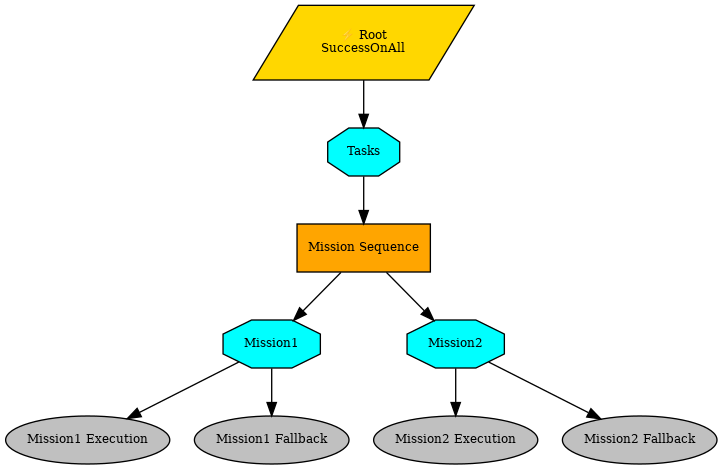
Earlier version of the Graphviz export root.png (AMV-UI/KKI-25). Its source is kept beside it as root.dot.
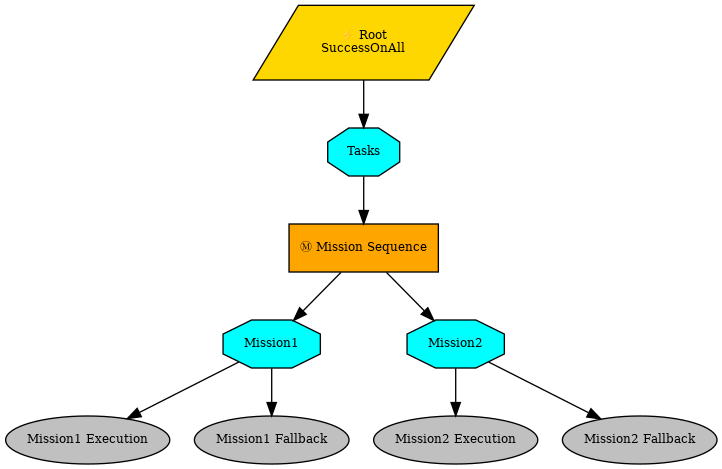
The same file after the commit.

What changed in the source:
```diff
@@ -6,7 +6,7 @@
 Root [fillcolor=gold, fontcolor=black, fontsize=9, label="⚡ Root\nSuccessOnAll", shape=parallelogram, style=filled];
 Tasks [fillcolor=cyan, fontcolor=black, fontsize=9, label=Tasks, shape=octagon, style=filled];
 Root -> Tasks;
-"Mission Sequence" [fillcolor=orange, fontcolor=black, fontsize=9, label="Mission Sequence", shape=box, style=filled];
+"Mission Sequence" [fillcolor=orange, fontcolor=black, fontsize=9, label="Ⓜ Mission Sequence", shape=box, style=filled];
 Tasks -> "Mission Sequence";
 Mission1 [fillcolor=cyan, fontcolor=black, fontsize=9, label=Mission1, shape=octagon, style=filled];
 "Mission Sequence" -> Mission1;
```
